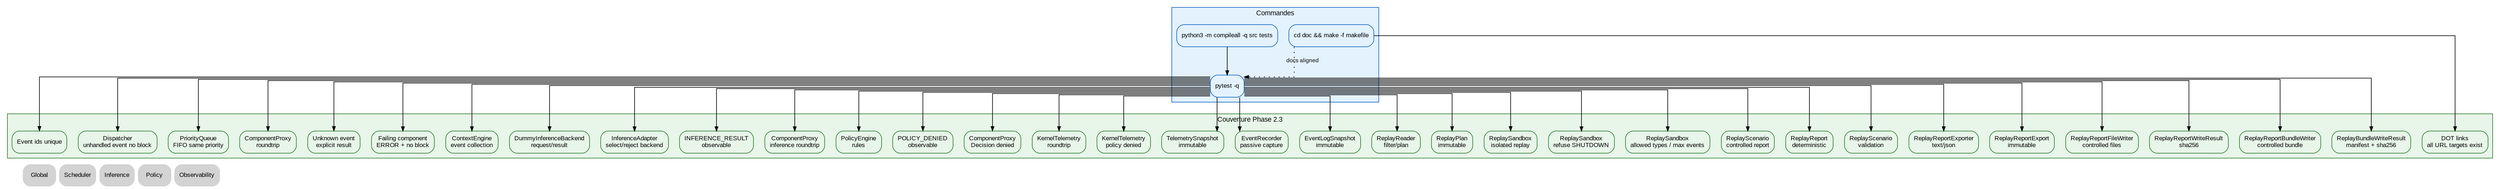
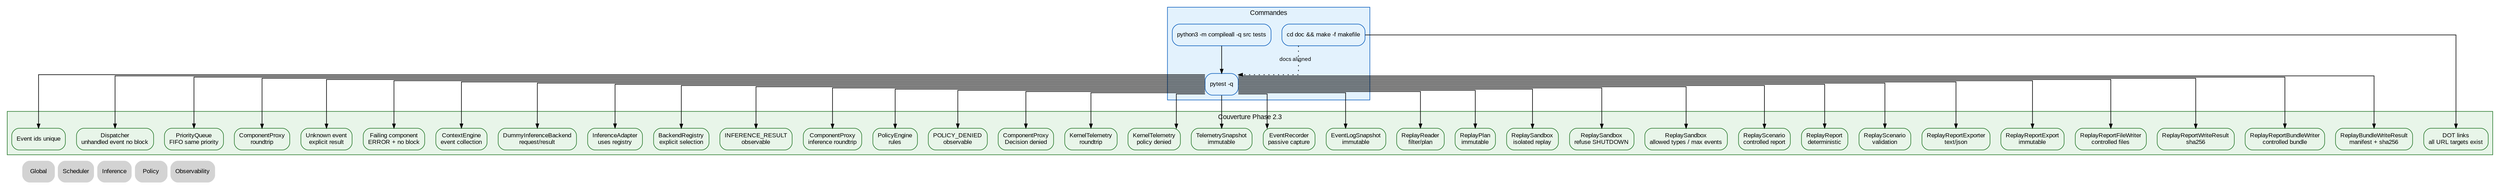
digraph Tests {
    rankdir=TB;
    splines=ortho;

    graph [fontname="Arial", fontsize=11];
    node [shape=box, style="rounded,filled", fontname="Arial", fontsize=10];
    edge [fontname="Arial", fontsize=9, arrowsize=0.7];

-     // ROADMAP_NOTE[phase2_4]:
- // Ajout de tests de navigation DOT : chaque URL SVG doit pointer vers une
- // source DOT existante. Cela protège les zooms descente/remontée.
+     // ROADMAP_NOTE[phase2_5]:
+     // Ajout des tests BackendRegistry : enregistrement explicite, refus des
+     // doublons, sélection du backend par modèle et snapshot immuable.
    // La couverture ajoute ReplayReportFileWriter et ReplayReportWriteResult.
    // Les tests vérifient écriture explicite, refus overwrite par défaut,
    // création parent opt-in, checksum sha256 et validation du contrat d'écriture.

    subgraph cluster_commands {
        label="Commandes";
        color="#1565c0";
        bgcolor="#e3f2fd";
        node [fillcolor="#e3f2fd", color="#1565c0"];
        Compile [label="python3 -m compileall -q src tests"];
        Pytest [label="pytest -q"];
        Dot [label="cd doc && make -f makefile"];
    }

    subgraph cluster_coverage {
        label="Couverture Phase 2.3";
        color="#2e7d32";
        bgcolor="#e8f5e9";
        node [fillcolor="#e8f5e9", color="#2e7d32"];
        EventIds [label="Event ids unique"];
        Dispatcher [label="Dispatcher\nunhandled event no block"];
        Queue [label="PriorityQueue\nFIFO same priority"];
        Proxy [label="ComponentProxy\nroundtrip"];
        Unknown [label="Unknown event\nexplicit result"];
        Failure [label="Failing component\nERROR + no block"];
        Context [label="ContextEngine\nevent collection"];
        Inference [label="DummyInferenceBackend\nrequest/result"];
-         InferenceAdapter [label="InferenceAdapter\nselect/reject backend"];
+         InferenceAdapter [label="InferenceAdapter\nuses registry"];
+         BackendRegistry [label="BackendRegistry\nexplicit selection"];
        InferenceObs [label="INFERENCE_RESULT\nobservable"];
        InferenceProxy [label="ComponentProxy\ninference roundtrip"];
        PolicyRules [label="PolicyEngine\nrules"];
        PolicyDenied [label="POLICY_DENIED\nobservable"];
        PolicyProxy [label="ComponentProxy\nDecision denied"];
        TelemetryRoundtrip [label="KernelTelemetry\nroundtrip"];
        TelemetryDenied [label="KernelTelemetry\npolicy denied"];
        TelemetrySnapshot [label="TelemetrySnapshot\nimmutable"];
        EventRecorder [label="EventRecorder\npassive capture"];
        EventLogSnapshot [label="EventLogSnapshot\nimmutable"];
        ReplayReader [label="ReplayReader\nfilter/plan"];
        ReplayPlan [label="ReplayPlan\nimmutable"];
        ReplaySandbox [label="ReplaySandbox\nisolated replay"];
        ReplaySandboxDenied [label="ReplaySandbox\nrefuse SHUTDOWN"];
        ReplaySandboxLimits [label="ReplaySandbox\nallowed types / max events"];
        ReplayScenario [label="ReplayScenario\ncontrolled report"];
        ReplayReport [label="ReplayReport\ndeterministic"];
        ReplayScenarioValidation [label="ReplayScenario\nvalidation"];
        ReplayReportExporter [label="ReplayReportExporter\ntext/json"];
        ReplayReportExport [label="ReplayReportExport\nimmutable"];
        ReplayReportFileWriter [label="ReplayReportFileWriter\ncontrolled files"];
        ReplayReportWriteResult [label="ReplayReportWriteResult\nsha256"];
        ReplayReportBundleWriter [label="ReplayReportBundleWriter\ncontrolled bundle"];
        ReplayBundleWriteResult [label="ReplayBundleWriteResult\nmanifest + sha256"];
        DotLinks [label="DOT links\nall URL targets exist"];
    }

    Compile -> Pytest;
    Pytest -> EventIds;
    Pytest -> Dispatcher;
    Pytest -> Queue;
    Pytest -> Proxy;
    Pytest -> Unknown;
    Pytest -> Failure;
    Pytest -> Context;
    Pytest -> Inference;
    Pytest -> InferenceAdapter;
+     Pytest -> BackendRegistry;
    Pytest -> InferenceObs;
    Pytest -> InferenceProxy;
    Pytest -> PolicyRules;
    Pytest -> PolicyDenied;
    Pytest -> PolicyProxy;
    Pytest -> TelemetryRoundtrip;
    Pytest -> TelemetryDenied;
    Pytest -> TelemetrySnapshot;
    Pytest -> EventRecorder;
    Pytest -> EventLogSnapshot;
    Pytest -> ReplayReader;
    Pytest -> ReplayPlan;
    Pytest -> ReplaySandbox;
    Pytest -> ReplaySandboxDenied;
    Pytest -> ReplaySandboxLimits;
    Pytest -> ReplayScenario;
    Pytest -> ReplayReport;
    Pytest -> ReplayScenarioValidation;
    Pytest -> ReplayReportExporter;
    Pytest -> ReplayReportExport;
    Pytest -> ReplayReportFileWriter;
    Pytest -> ReplayReportWriteResult;
    Pytest -> ReplayReportBundleWriter;
    Pytest -> ReplayBundleWriteResult;
    Dot -> DotLinks;
    Dot -> Pytest [style=dotted, label="docs aligned"];

    Nav_Global [label="Global", shape=plaintext, URL="../00_global.svg"];
    Nav_Scheduler [label="Scheduler", shape=plaintext, URL="../scheduler/10_scheduler.svg"];
    Nav_Inference [label="Inference", shape=plaintext, URL="../inference/40_inference.svg"];
    Nav_Policy [label="Policy", shape=plaintext, URL="../00_global.svg"];
    Nav_Observability [label="Observability", shape=plaintext, URL="../observability/70_observability.svg"];

    { rank=sink; Nav_Global; Nav_Scheduler; Nav_Inference; Nav_Policy; Nav_Observability; }
}
